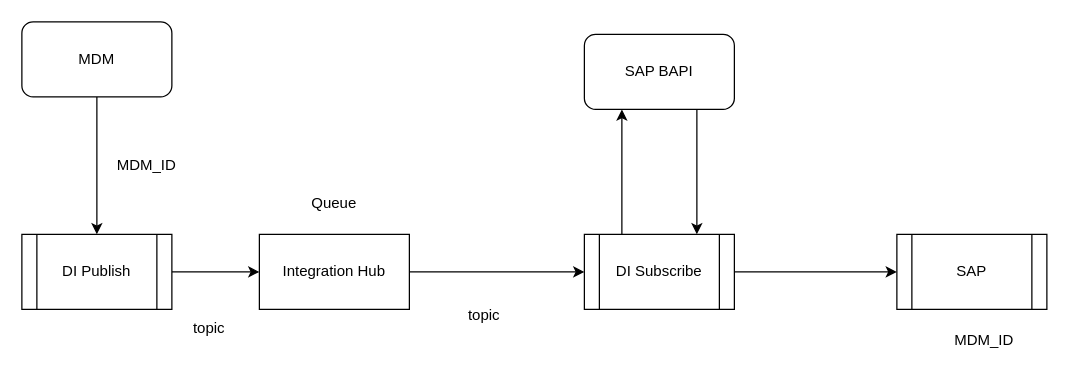
Above: DSM.drawio in biswarup81/drawings (draw.io), before the change. Source tidied: cells renumbered, new cells numbered last; positions are measured from the earlier drawing's top-left corner, leaving out a move shared by most shapes. Both pictures are drawn from the tidied source at 125%, with x=0, y=0 at pixel (21, 21).
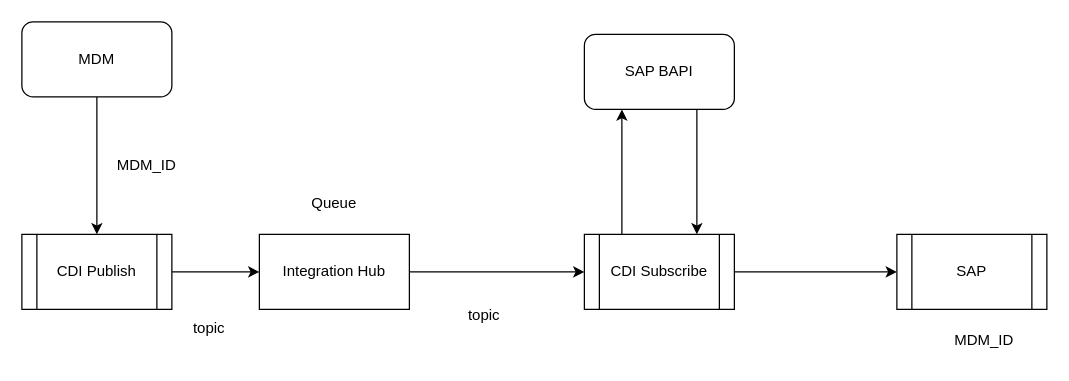
After the change.

Change to the diagram source:
```diff
@@
 <mxGraphModel>
   <root>
     <mxCell id="0" />
     <mxCell id="1" parent="0" />
     <mxCell id="2" style="edgeStyle=orthogonalEdgeStyle;rounded=0;jettySize=auto;html=1;" parent="1" edge="1" source="3" target="10">
       <mxGeometry relative="1" as="geometry" />
     </mxCell>
     <mxCell id="3" value="Integration Hub" style="rounded=0;whiteSpace=wrap;html=1;" parent="1" vertex="1">
       <mxGeometry x="190" y="170" width="120" height="60" as="geometry" />
     </mxCell>
     <mxCell id="4" value="SAP" style="shape=process;whiteSpace=wrap;html=1;backgroundOutline=1;" parent="1" vertex="1">
       <mxGeometry x="700" y="170" width="120" height="60" as="geometry" />
     </mxCell>
     <mxCell id="5" style="edgeStyle=orthogonalEdgeStyle;rounded=0;jettySize=auto;html=1;" parent="1" edge="1" source="6" target="3">
       <mxGeometry relative="1" as="geometry" />
     </mxCell>
-    <mxCell id="6" value="DI Publish" style="shape=process;whiteSpace=wrap;html=1;backgroundOutline=1;" parent="1" vertex="1">
+    <mxCell id="6" value="CDI Publish" style="shape=process;whiteSpace=wrap;html=1;backgroundOutline=1;" parent="1" vertex="1">
       <mxGeometry y="170" width="120" height="60" as="geometry" />
     </mxCell>
     <mxCell id="7" value="topic" style="text;html=1;align=center;verticalAlign=middle;whiteSpace=wrap;rounded=0;" parent="1" vertex="1">
       <mxGeometry x="120" y="230" width="60" height="30" as="geometry" />
     </mxCell>
     <mxCell id="8" style="edgeStyle=orthogonalEdgeStyle;rounded=0;jettySize=auto;html=1;exitX=0.25;exitY=0;exitDx=0;exitDy=0;entryX=0.25;entryY=1;entryDx=0;entryDy=0;" parent="1" edge="1" source="10" target="16">
       <mxGeometry relative="1" as="geometry" />
     </mxCell>
     <mxCell id="9" style="edgeStyle=orthogonalEdgeStyle;rounded=0;jettySize=auto;html=1;" parent="1" edge="1" source="10" target="4">
       <mxGeometry relative="1" as="geometry" />
     </mxCell>
-    <mxCell id="10" value="DI Subscribe" style="shape=process;whiteSpace=wrap;html=1;backgroundOutline=1;" parent="1" vertex="1">
+    <mxCell id="10" value="CDI Subscribe" style="shape=process;whiteSpace=wrap;html=1;backgroundOutline=1;" parent="1" vertex="1">
       <mxGeometry x="450" y="170" width="120" height="60" as="geometry" />
     </mxCell>
     <mxCell id="11" value="topic" style="text;html=1;align=center;verticalAlign=middle;whiteSpace=wrap;rounded=0;" parent="1" vertex="1">
       <mxGeometry x="340" y="220" width="60" height="30" as="geometry" />
     </mxCell>
     <mxCell id="12" style="edgeStyle=orthogonalEdgeStyle;rounded=0;jettySize=auto;html=1;" parent="1" edge="1" source="13" target="6">
       <mxGeometry relative="1" as="geometry" />
     </mxCell>
     <mxCell id="13" value="MDM" style="rounded=1;whiteSpace=wrap;html=1;" parent="1" vertex="1">
       <mxGeometry width="120" height="60" as="geometry" />
     </mxCell>
     <mxCell id="14" value="MDM_ID" style="text;html=1;align=center;verticalAlign=middle;whiteSpace=wrap;rounded=0;" parent="1" vertex="1">
       <mxGeometry x="70" y="100" width="60" height="30" as="geometry" />
     </mxCell>
     <mxCell id="15" style="edgeStyle=orthogonalEdgeStyle;rounded=0;jettySize=auto;html=1;exitX=0.75;exitY=1;exitDx=0;exitDy=0;entryX=0.75;entryY=0;entryDx=0;entryDy=0;" parent="1" edge="1" source="16" target="10">
       <mxGeometry relative="1" as="geometry" />
     </mxCell>
     <mxCell id="16" value="SAP BAPI" style="rounded=1;whiteSpace=wrap;html=1;" parent="1" vertex="1">
       <mxGeometry x="450" y="10" width="120" height="60" as="geometry" />
     </mxCell>
     <mxCell id="17" value="MDM_ID" style="text;html=1;align=center;verticalAlign=middle;whiteSpace=wrap;rounded=0;" parent="1" vertex="1">
       <mxGeometry x="740" y="240" width="60" height="30" as="geometry" />
     </mxCell>
     <mxCell id="18" value="Queue" style="text;html=1;align=center;verticalAlign=middle;whiteSpace=wrap;rounded=0;" parent="1" vertex="1">
       <mxGeometry x="220" y="130" width="60" height="30" as="geometry" />
     </mxCell>
   </root>
 </mxGraphModel>
```
